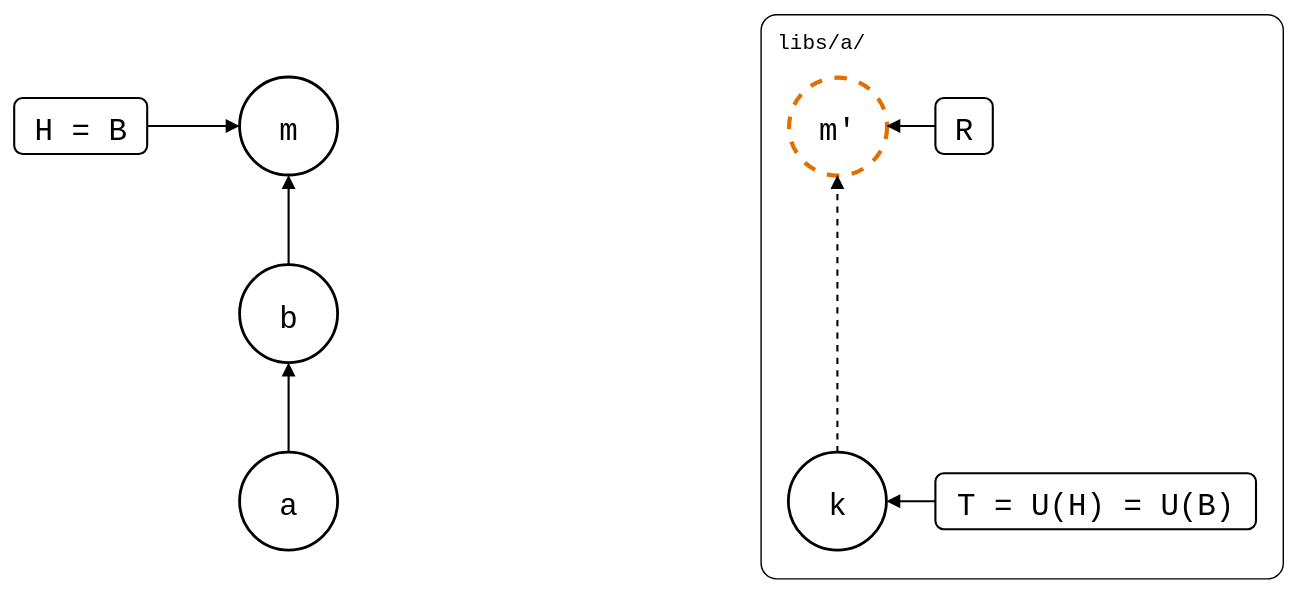
roschaefer/git-splice keeps this draw.io diagram as test/scenarios/07-moved-folders/01-moved-with-unpushed-commits/moved-with-unpushed-commits.drawio.svg. Above is the earlier version. Source tidied: cells renumbered, new cells last; positions are measured from the earlier drawing's top-left corner, leaving out a move shared by most shapes.
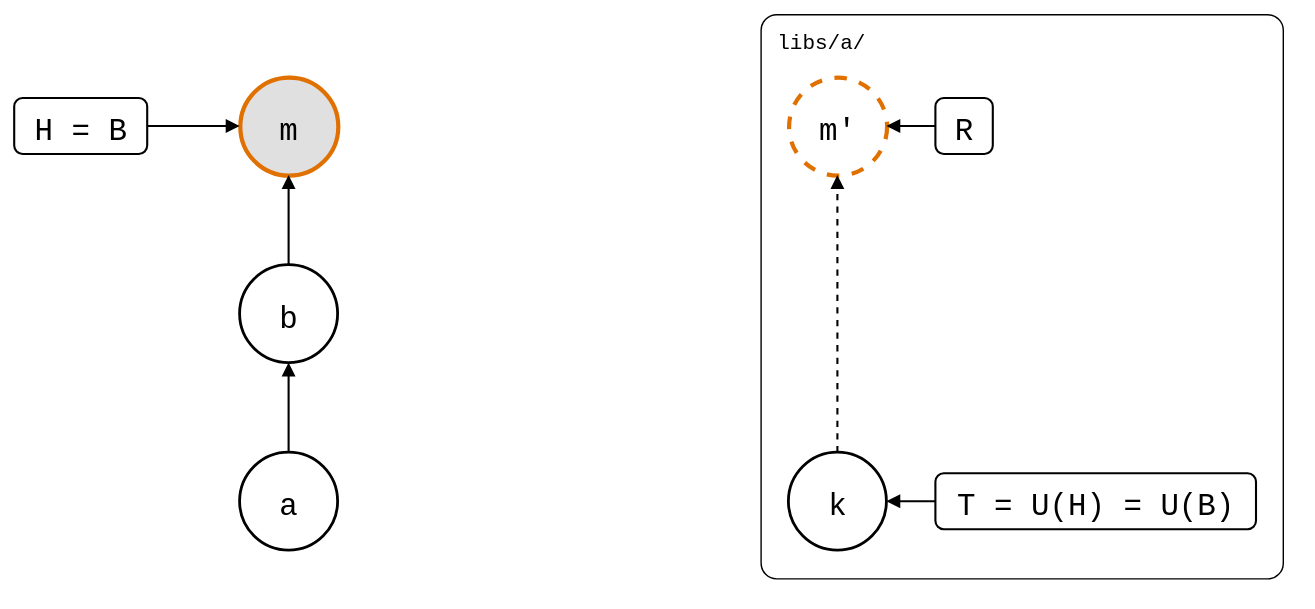
After the change.

The edit, as a diff of the source:
```diff
@@ -11,7 +11,7 @@
     <mxCell id="4" value="b" style="ellipse;strokeWidth=2;fontSize=22;fontFamily=Roboto Mono,monospace;" parent="1" vertex="1">
       <mxGeometry x="161" y="179" width="70" height="70" as="geometry" />
     </mxCell>
-    <mxCell id="5" value="m" style="ellipse;strokeWidth=2;fontSize=22;fontFamily=Roboto Mono,monospace;" parent="1" vertex="1">
+    <mxCell id="5" value="m" style="ellipse;fontSize=22;fontFamily=Roboto Mono,monospace;fillColor=#E0E0E0;strokeColor=#E07000;strokeWidth=3;" parent="1" vertex="1">
       <mxGeometry x="161" y="45" width="70" height="70" as="geometry" />
     </mxCell>
     <mxCell id="6" value="k" style="ellipse;strokeWidth=2;fontSize=22;fontFamily=Roboto Mono,monospace;" parent="1" vertex="1">
```
